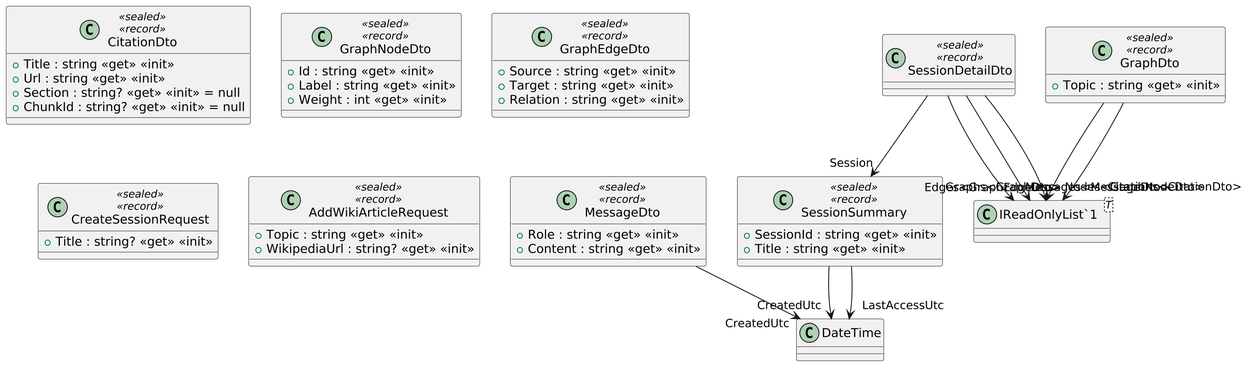
Earlier version of the PlantUML export uml/WikiGraph.Contracts/Models.png (Tirth-Thakkar/WikiGraph). Source of this version:
```plantuml
@startuml
skinparamlocked dpi 250
class SessionSummary <<sealed>> <<record>> {
    + SessionId : string <<get>> <<init>>
    + Title : string <<get>> <<init>>
}
class SessionDetailDto <<sealed>> <<record>> {
}
class MessageDto <<sealed>> <<record>> {
    + Role : string <<get>> <<init>>
    + Content : string <<get>> <<init>>
}
class CitationDto <<sealed>> <<record>> {
    + Title : string <<get>> <<init>>
    + Url : string <<get>> <<init>>
    + Section : string? <<get>> <<init>> = null
    + ChunkId : string? <<get>> <<init>> = null
}
class GraphNodeDto <<sealed>> <<record>> {
    + Id : string <<get>> <<init>>
    + Label : string <<get>> <<init>>
    + Weight : int <<get>> <<init>>
}
class GraphEdgeDto <<sealed>> <<record>> {
    + Source : string <<get>> <<init>>
    + Target : string <<get>> <<init>>
    + Relation : string <<get>> <<init>>
}
class GraphDto <<sealed>> <<record>> {
    + Topic : string <<get>> <<init>>
}
class CreateSessionRequest <<sealed>> <<record>> {
    + Title : string? <<get>> <<init>>
}
class AddWikiArticleRequest <<sealed>> <<record>> {
    + Topic : string <<get>> <<init>>
    + WikipediaUrl : string? <<get>> <<init>>
}
class "IReadOnlyList`1"<T> {
}
SessionSummary --> "CreatedUtc" DateTime
SessionSummary --> "LastAccessUtc" DateTime
SessionDetailDto --> "Session" SessionSummary
SessionDetailDto --> "Messages<MessageDto>" "IReadOnlyList`1"
SessionDetailDto --> "Citations<CitationDto>" "IReadOnlyList`1"
SessionDetailDto --> "Graphs<GraphDto>" "IReadOnlyList`1"
MessageDto --> "CreatedUtc" DateTime
GraphDto --> "Nodes<GraphNodeDto>" "IReadOnlyList`1"
GraphDto --> "Edges<GraphEdgeDto>" "IReadOnlyList`1"
@enduml
```
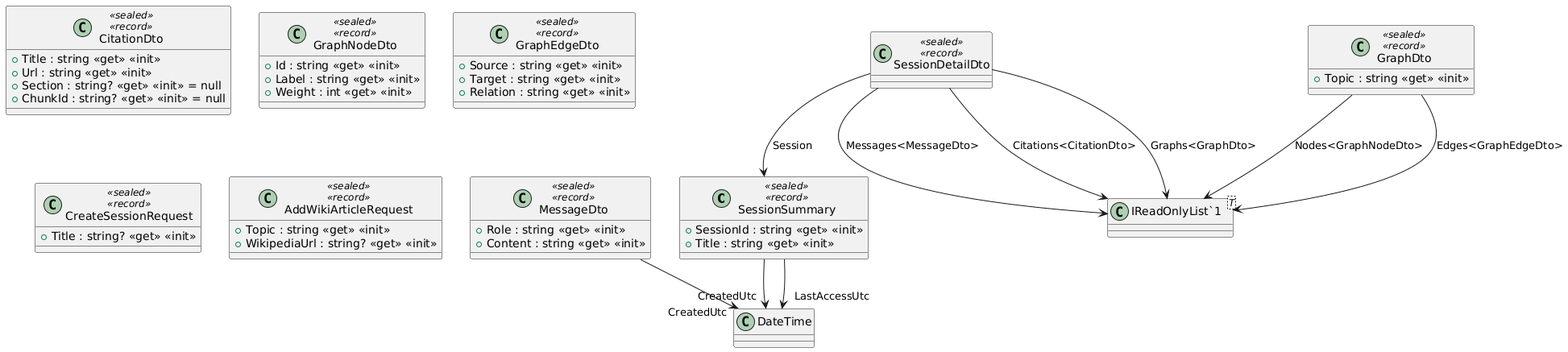
The same diagram one commit later.

Commit message:
Adding Clearer UML

Diff of the diagram source:
```diff
@@ -1,5 +1,4 @@
 @startuml
-skinparamlocked dpi 250
 class SessionSummary <<sealed>> <<record>> {
     + SessionId : string <<get>> <<init>>
     + Title : string <<get>> <<init>>
@@ -40,11 +39,11 @@
 }
 SessionSummary --> "CreatedUtc" DateTime
 SessionSummary --> "LastAccessUtc" DateTime
-SessionDetailDto --> "Session" SessionSummary
-SessionDetailDto --> "Messages<MessageDto>" "IReadOnlyList`1"
-SessionDetailDto --> "Citations<CitationDto>" "IReadOnlyList`1"
-SessionDetailDto --> "Graphs<GraphDto>" "IReadOnlyList`1"
+SessionDetailDto --> SessionSummary : Session
+SessionDetailDto --> "IReadOnlyList`1" : Messages<MessageDto>
+SessionDetailDto --> "IReadOnlyList`1" : Citations<CitationDto>
+SessionDetailDto --> "IReadOnlyList`1" : Graphs<GraphDto>
 MessageDto --> "CreatedUtc" DateTime
-GraphDto --> "Nodes<GraphNodeDto>" "IReadOnlyList`1"
-GraphDto --> "Edges<GraphEdgeDto>" "IReadOnlyList`1"
+GraphDto --> "IReadOnlyList`1" : Nodes<GraphNodeDto>
+GraphDto --> "IReadOnlyList`1" : Edges<GraphEdgeDto>
 @enduml
```
